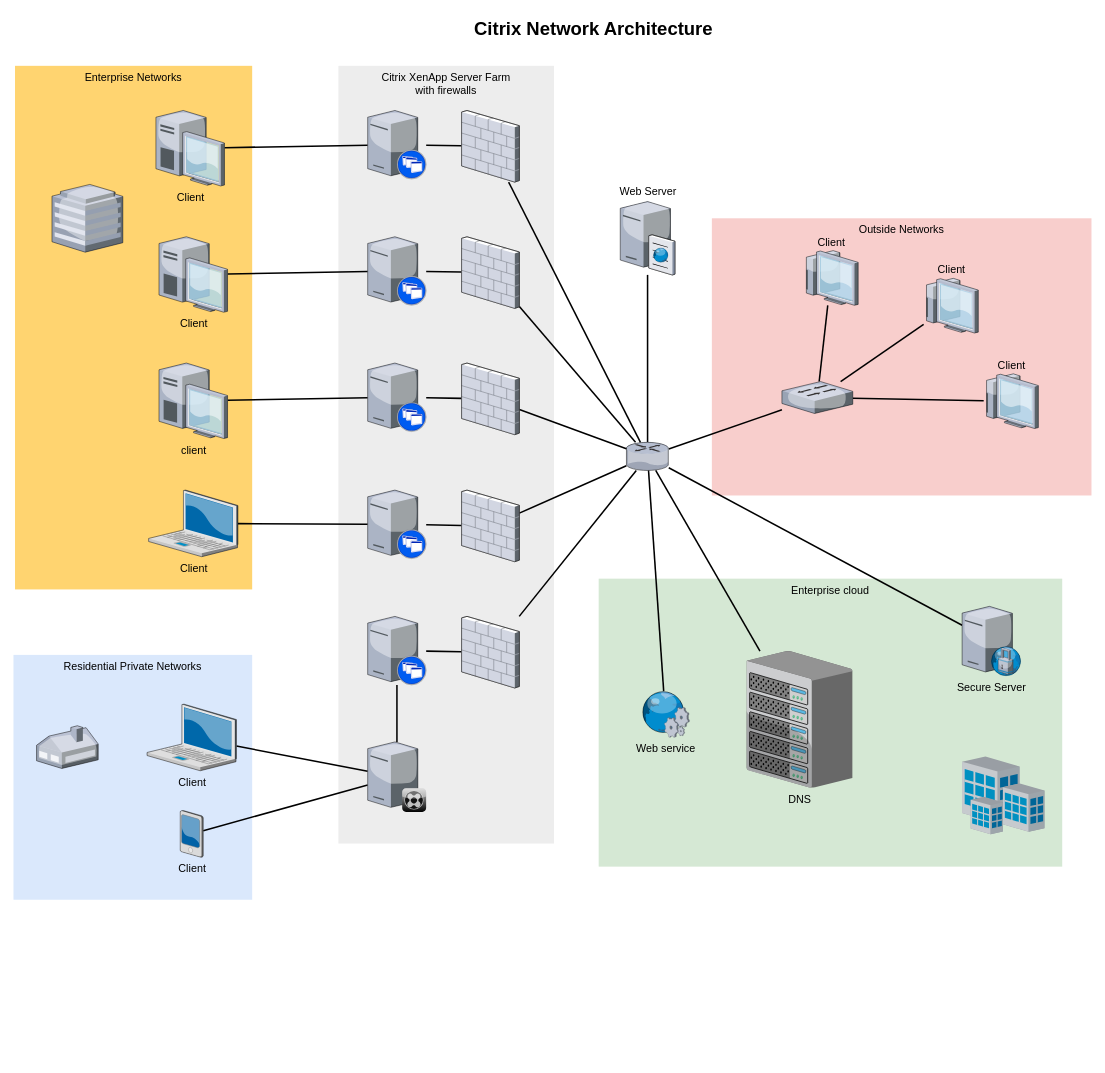
Above: source/特步CDP网络拓扑图.drawio in DThadch/draw (draw.io), before the change. Source tidied: cells renumbered, new cells numbered last; positions are measured from the earlier drawing's top-left corner, leaving out a move shared by most shapes. Both pictures are drawn from the tidied source at 77%, with x=0, y=0 at pixel (13, 13).
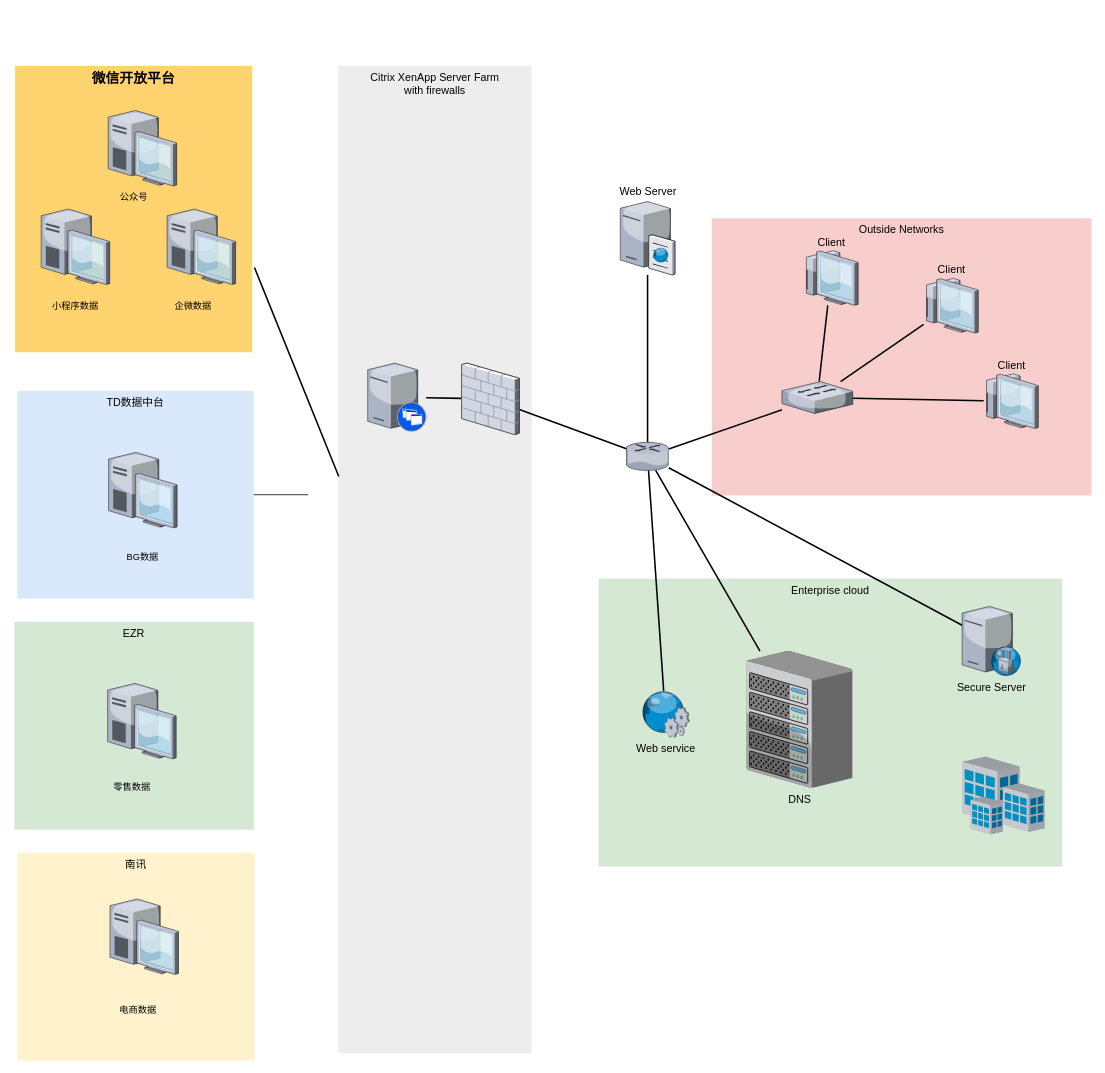
The same diagram, later.

Commit message (it also covers changes not shown here):
更新特步CDP网络拓扑图.drawio

The change refers to these unchanged cells:
```xml
<mxCell id="24" style="verticalLabelPosition=bottom;html=1;verticalAlign=top;strokeColor=none;shape=mxgraph.citrix.xenapp_server;fillColor=#66B2FF;gradientColor=#0066CC;fontSize=14;" parent="1" vertex="1">
  <mxGeometry x="460" y="454" width="76" height="89" as="geometry" />
</mxCell>
<mxCell id="33" style="verticalLabelPosition=bottom;html=1;verticalAlign=top;strokeColor=none;shape=mxgraph.citrix.router;fillColor=#66B2FF;gradientColor=#0066CC;fontSize=14;" parent="1" vertex="1">
  <mxGeometry x="796" y="557" width="55" height="36.5" as="geometry" />
</mxCell>
```

The edit, as a diff of the source:
```diff
@@
     <mxCell id="4" value="Citrix XenApp Server Farm&lt;div&gt;with firewalls&lt;/div&gt;" style="whiteSpace=wrap;html=1;fillColor=#EDEDED;fontSize=14;strokeColor=none;verticalAlign=top;" parent="1" vertex="1">
-      <mxGeometry x="422" y="68" width="280" height="1010" as="geometry" />
+      <mxGeometry x="422" y="68" width="251" height="1282" as="geometry" />
     </mxCell>
-    <mxCell id="5" value="Residential Private Networks" style="whiteSpace=wrap;html=1;fillColor=#dae8fc;fontSize=14;strokeColor=none;verticalAlign=top;" parent="1" vertex="1">
-      <mxGeometry y="833" width="310" height="318" as="geometry" />
+    <mxCell id="5" value="TD数据中台" style="whiteSpace=wrap;html=1;fillColor=#dae8fc;fontSize=14;strokeColor=none;verticalAlign=top;" parent="1" vertex="1">
+      <mxGeometry x="5" y="490" width="307" height="270" as="geometry" />
     </mxCell>
-    <mxCell id="6" value="Enterprise Networks" style="whiteSpace=wrap;html=1;fillColor=#FFD470;gradientColor=none;fontSize=14;strokeColor=none;verticalAlign=top;" parent="1" vertex="1">
-      <mxGeometry x="2" y="68" width="308" height="680" as="geometry" />
+    <mxCell id="6" value="&lt;b&gt;&lt;font style=&quot;font-size: 18px;&quot;&gt;微信开放平台&lt;/font&gt;&lt;/b&gt;" style="whiteSpace=wrap;html=1;fillColor=#FFD470;gradientColor=none;fontSize=14;strokeColor=none;verticalAlign=top;" parent="1" vertex="1">
+      <mxGeometry x="2" y="68" width="308" height="372" as="geometry" />
     </mxCell>
-    <mxCell id="7" style="edgeStyle=none;rounded=0;html=1;startSize=10;endSize=10;jettySize=auto;fontSize=14;endArrow=none;endFill=0;strokeWidth=2;" parent="1" edge="1" source="8" target="35">
-      <mxGeometry relative="1" as="geometry" />
-    </mxCell>
-    <mxCell id="8" value="Client" style="verticalLabelPosition=bottom;html=1;verticalAlign=top;strokeColor=none;shape=mxgraph.citrix.laptop_2;fillColor=#66B2FF;gradientColor=#0066CC;fontSize=14;" parent="1" vertex="1">
-      <mxGeometry x="173.5" y="897" width="116" height="86.5" as="geometry" />
-    </mxCell>
-    <mxCell id="9" style="edgeStyle=none;rounded=0;html=1;startSize=10;endSize=10;jettySize=auto;fontSize=14;endArrow=none;endFill=0;strokeWidth=2;" parent="1" edge="1" source="10" target="22">
-      <mxGeometry relative="1" as="geometry" />
-    </mxCell>
-    <mxCell id="10" value="Client" style="verticalLabelPosition=bottom;html=1;verticalAlign=top;strokeColor=none;shape=mxgraph.citrix.laptop_2;fillColor=#66B2FF;gradientColor=#0066CC;fontSize=14;" parent="1" vertex="1">
-      <mxGeometry x="175.5" y="619" width="116" height="86.5" as="geometry" />
-    </mxCell>
-    <mxCell id="11" style="edgeStyle=none;rounded=0;html=1;startSize=10;endSize=10;jettySize=auto;fontSize=14;endArrow=none;endFill=0;strokeWidth=2;" parent="1" edge="1" source="12" target="24">
-      <mxGeometry relative="1" as="geometry" />
-    </mxCell>
-    <mxCell id="12" value="client" style="verticalLabelPosition=bottom;html=1;verticalAlign=top;strokeColor=none;shape=mxgraph.citrix.desktop;fillColor=#66B2FF;gradientColor=#0066CC;fontSize=14;" parent="1" vertex="1">
-      <mxGeometry x="189" y="454" width="89" height="98" as="geometry" />
+    <mxCell id="12" style="verticalLabelPosition=bottom;html=1;verticalAlign=top;strokeColor=none;shape=mxgraph.citrix.desktop;fillColor=#66B2FF;gradientColor=#0066CC;fontSize=14;" parent="1" vertex="1">
+      <mxGeometry x="199.5" y="254" width="89" height="98" as="geometry" />
     </mxCell>
-    <mxCell id="13" style="edgeStyle=none;rounded=0;html=1;startSize=10;endSize=10;jettySize=auto;fontSize=14;endArrow=none;endFill=0;strokeWidth=2;" parent="1" edge="1" source="14" target="26">
-      <mxGeometry relative="1" as="geometry" />
-    </mxCell>
-    <mxCell id="14" value="Client" style="verticalLabelPosition=bottom;html=1;verticalAlign=top;strokeColor=none;shape=mxgraph.citrix.desktop;fillColor=#66B2FF;gradientColor=#0066CC;fontSize=14;" parent="1" vertex="1">
-      <mxGeometry x="189" y="290" width="89" height="98" as="geometry" />
+    <mxCell id="14" style="verticalLabelPosition=bottom;html=1;verticalAlign=top;strokeColor=none;shape=mxgraph.citrix.desktop;fillColor=#66B2FF;gradientColor=#0066CC;fontSize=14;" parent="1" vertex="1">
+      <mxGeometry x="36" y="254" width="89" height="98" as="geometry" />
     </mxCell>
-    <mxCell id="15" style="edgeStyle=none;rounded=0;html=1;startSize=10;endSize=10;jettySize=auto;fontSize=14;endArrow=none;endFill=0;strokeWidth=2;" parent="1" edge="1" source="16" target="28">
-      <mxGeometry relative="1" as="geometry" />
-    </mxCell>
-    <mxCell id="16" value="Client" style="verticalLabelPosition=bottom;html=1;verticalAlign=top;strokeColor=none;shape=mxgraph.citrix.desktop;fillColor=#66B2FF;gradientColor=#0066CC;fontSize=14;" parent="1" vertex="1">
-      <mxGeometry x="185" y="126" width="89" height="98" as="geometry" />
+    <mxCell id="16" style="verticalLabelPosition=bottom;html=1;verticalAlign=top;strokeColor=none;shape=mxgraph.citrix.desktop;fillColor=#66B2FF;gradientColor=#0066CC;fontSize=14;" parent="1" vertex="1">
+      <mxGeometry x="123" y="126" width="89" height="98" as="geometry" />
     </mxCell>
-    <mxCell id="17" style="edgeStyle=none;rounded=0;html=1;startSize=10;endSize=10;jettySize=auto;fontSize=14;endArrow=none;endFill=0;strokeWidth=2;" parent="1" edge="1" source="18" target="35">
-      <mxGeometry relative="1" as="geometry" />
-    </mxCell>
-    <mxCell id="18" value="Client" style="verticalLabelPosition=bottom;html=1;verticalAlign=top;strokeColor=none;shape=mxgraph.citrix.pda;fillColor=#66B2FF;gradientColor=#0066CC;fontSize=14;" parent="1" vertex="1">
-      <mxGeometry x="216.5" y="1035" width="30" height="61" as="geometry" />
-    </mxCell>
-    <mxCell id="19" style="edgeStyle=none;rounded=0;html=1;startSize=10;endSize=10;jettySize=auto;fontSize=14;endArrow=none;endFill=0;strokeWidth=2;" parent="1" edge="1" source="20" target="47">
-      <mxGeometry relative="1" as="geometry" />
-    </mxCell>
-    <mxCell id="20" style="verticalLabelPosition=bottom;html=1;verticalAlign=top;strokeColor=none;shape=mxgraph.citrix.xenapp_server;fillColor=#66B2FF;gradientColor=#0066CC;fontSize=14;" parent="1" vertex="1">
-      <mxGeometry x="460" y="783" width="76" height="89" as="geometry" />
-    </mxCell>
-    <mxCell id="21" style="edgeStyle=none;rounded=0;html=1;startSize=10;endSize=10;jettySize=auto;fontSize=14;endArrow=none;endFill=0;strokeWidth=2;" parent="1" edge="1" source="22" target="45">
-      <mxGeometry relative="1" as="geometry" />
-    </mxCell>
-    <mxCell id="22" style="verticalLabelPosition=bottom;html=1;verticalAlign=top;strokeColor=none;shape=mxgraph.citrix.xenapp_server;fillColor=#66B2FF;gradientColor=#0066CC;fontSize=14;" parent="1" vertex="1">
-      <mxGeometry x="460" y="619" width="76" height="89" as="geometry" />
-    </mxCell>
@@
-    <mxCell id="25" style="edgeStyle=none;rounded=0;html=1;startSize=10;endSize=10;jettySize=auto;fontSize=14;endArrow=none;endFill=0;strokeWidth=2;" parent="1" edge="1" source="26" target="41">
-      <mxGeometry relative="1" as="geometry" />
-    </mxCell>
-    <mxCell id="26" style="verticalLabelPosition=bottom;html=1;verticalAlign=top;strokeColor=none;shape=mxgraph.citrix.xenapp_server;fillColor=#66B2FF;gradientColor=#0066CC;fontSize=14;" parent="1" vertex="1">
-      <mxGeometry x="460" y="290" width="76" height="89" as="geometry" />
-    </mxCell>
-    <mxCell id="27" style="edgeStyle=none;rounded=0;html=1;startSize=10;endSize=10;jettySize=auto;fontSize=14;endArrow=none;endFill=0;strokeWidth=2;" parent="1" edge="1" source="28" target="39">
-      <mxGeometry relative="1" as="geometry" />
-    </mxCell>
-    <mxCell id="28" style="verticalLabelPosition=bottom;html=1;verticalAlign=top;strokeColor=none;shape=mxgraph.citrix.xenapp_server;fillColor=#66B2FF;gradientColor=#0066CC;fontSize=14;" parent="1" vertex="1">
-      <mxGeometry x="460" y="126" width="76" height="89" as="geometry" />
-    </mxCell>
@@
-    <mxCell id="34" style="edgeStyle=none;rounded=0;html=1;startSize=10;endSize=10;jettySize=auto;fontSize=14;endArrow=none;endFill=0;strokeWidth=2;" parent="1" edge="1" source="35" target="20">
-      <mxGeometry relative="1" as="geometry" />
-    </mxCell>
-    <mxCell id="35" style="verticalLabelPosition=bottom;html=1;verticalAlign=top;strokeColor=none;shape=mxgraph.citrix.xenclient_synchronizer;fillColor=#CCCCCC;gradientColor=#000000;gradientDirection=south;fontSize=14;" parent="1" vertex="1">
-      <mxGeometry x="460" y="946" width="76" height="91" as="geometry" />
-    </mxCell>
@@
-    <mxCell id="38" style="edgeStyle=none;rounded=0;html=1;startSize=10;endSize=10;jettySize=auto;fontSize=14;endArrow=none;endFill=0;strokeWidth=2;" parent="1" edge="1" source="39" target="33">
-      <mxGeometry relative="1" as="geometry" />
-    </mxCell>
-    <mxCell id="39" style="verticalLabelPosition=bottom;html=1;verticalAlign=top;strokeColor=none;shape=mxgraph.citrix.firewall;fillColor=#66B2FF;gradientColor=#0066CC;fontSize=14;" parent="1" vertex="1">
-      <mxGeometry x="582" y="126" width="75" height="93" as="geometry" />
-    </mxCell>
-    <mxCell id="40" style="edgeStyle=none;rounded=0;html=1;startSize=10;endSize=10;jettySize=auto;fontSize=14;endArrow=none;endFill=0;strokeWidth=2;" parent="1" edge="1" source="41" target="33">
-      <mxGeometry relative="1" as="geometry" />
-    </mxCell>
-    <mxCell id="41" style="verticalLabelPosition=bottom;html=1;verticalAlign=top;strokeColor=none;shape=mxgraph.citrix.firewall;fillColor=#66B2FF;gradientColor=#0066CC;fontSize=14;" parent="1" vertex="1">
-      <mxGeometry x="582" y="290" width="75" height="93" as="geometry" />
-    </mxCell>
@@
-    <mxCell id="44" style="edgeStyle=none;rounded=0;html=1;startSize=10;endSize=10;jettySize=auto;fontSize=14;endArrow=none;endFill=0;strokeWidth=2;" parent="1" edge="1" source="45" target="33">
-      <mxGeometry relative="1" as="geometry" />
-    </mxCell>
-    <mxCell id="45" style="verticalLabelPosition=bottom;html=1;verticalAlign=top;strokeColor=none;shape=mxgraph.citrix.firewall;fillColor=#66B2FF;gradientColor=#0066CC;fontSize=14;" parent="1" vertex="1">
-      <mxGeometry x="582" y="619" width="75" height="93" as="geometry" />
-    </mxCell>
-    <mxCell id="46" style="edgeStyle=none;rounded=0;html=1;startSize=10;endSize=10;jettySize=auto;fontSize=14;endArrow=none;endFill=0;strokeWidth=2;" parent="1" edge="1" source="47" target="33">
-      <mxGeometry relative="1" as="geometry" />
-    </mxCell>
-    <mxCell id="47" style="verticalLabelPosition=bottom;html=1;verticalAlign=top;strokeColor=none;shape=mxgraph.citrix.firewall;fillColor=#66B2FF;gradientColor=#0066CC;fontSize=14;" parent="1" vertex="1">
-      <mxGeometry x="582" y="783" width="75" height="93" as="geometry" />
-    </mxCell>
-    <mxCell id="48" style="verticalLabelPosition=bottom;html=1;verticalAlign=top;strokeColor=none;shape=mxgraph.citrix.home_office;fillColor=#66B2FF;gradientColor=#0066CC;fontSize=14;" parent="1" vertex="1">
-      <mxGeometry x="30" y="925" width="80" height="55.5" as="geometry" />
-    </mxCell>
-    <mxCell id="49" style="verticalLabelPosition=bottom;html=1;verticalAlign=top;strokeColor=none;shape=mxgraph.citrix.hq_enterprise;fillColor=#66B2FF;gradientColor=#0066CC;fontSize=14;" parent="1" vertex="1">
-      <mxGeometry x="50" y="222" width="92" height="88" as="geometry" />
-    </mxCell>
@@
-    <mxCell id="61" value="Citrix Network Architecture" style="text;strokeColor=none;fillColor=none;html=1;fontSize=24;fontStyle=1;verticalAlign=middle;align=center;" parent="1" vertex="1">
-      <mxGeometry x="322" width="861" height="40" as="geometry" />
-    </mxCell>
+    <mxCell id="62" value="公众号" style="text;html=1;align=center;verticalAlign=middle;whiteSpace=wrap;rounded=0;" parent="1" vertex="1">
+      <mxGeometry x="123" y="224" width="67" height="30" as="geometry" />
+    </mxCell>
+    <mxCell id="63" value="小程序数据" style="text;html=1;align=center;verticalAlign=middle;whiteSpace=wrap;rounded=0;" parent="1" vertex="1">
+      <mxGeometry x="47" y="364.5" width="67" height="30" as="geometry" />
+    </mxCell>
+    <mxCell id="64" value="企微数据" style="text;html=1;align=center;verticalAlign=middle;whiteSpace=wrap;rounded=0;" parent="1" vertex="1">
+      <mxGeometry x="199.5" y="364.5" width="67" height="30" as="geometry" />
+    </mxCell>
+    <mxCell id="65" style="endArrow=none;html=1;rounded=0;entryX=0.002;entryY=0.416;entryDx=0;entryDy=0;entryPerimeter=0;strokeWidth=2;" parent="1" edge="1" target="4">
+      <mxGeometry relative="1" as="geometry">
+        <mxPoint x="313" y="330" as="sourcePoint" />
+      </mxGeometry>
+    </mxCell>
+    <mxCell id="66" style="verticalLabelPosition=bottom;html=1;verticalAlign=top;strokeColor=none;shape=mxgraph.citrix.desktop;fillColor=#66B2FF;gradientColor=#0066CC;fontSize=14;" parent="1" vertex="1">
+      <mxGeometry x="123.5" y="570" width="89" height="98" as="geometry" />
+    </mxCell>
+    <mxCell id="67" value="BG数据" style="text;html=1;align=center;verticalAlign=middle;whiteSpace=wrap;rounded=0;" parent="1" vertex="1">
+      <mxGeometry x="138" y="691" width="60" height="30" as="geometry" />
+    </mxCell>
+    <mxCell id="68" value="EZR" style="whiteSpace=wrap;html=1;fillColor=#d5e8d4;fontSize=14;strokeColor=none;verticalAlign=top;" parent="1" vertex="1">
+      <mxGeometry x="1.2" y="790" width="311" height="270" as="geometry" />
+    </mxCell>
+    <mxCell id="69" style="verticalLabelPosition=bottom;html=1;verticalAlign=top;strokeColor=none;shape=mxgraph.citrix.desktop;fillColor=#66B2FF;gradientColor=#0066CC;fontSize=14;" parent="1" vertex="1">
+      <mxGeometry x="122.3" y="870" width="89" height="98" as="geometry" />
+    </mxCell>
+    <mxCell id="70" value="零售数据" style="text;html=1;align=center;verticalAlign=middle;whiteSpace=wrap;rounded=0;" parent="1" vertex="1">
+      <mxGeometry x="124.2" y="990" width="60" height="30" as="geometry" />
+    </mxCell>
+    <mxCell id="71" value="南讯" style="whiteSpace=wrap;html=1;fillColor=#fff2cc;fontSize=14;strokeColor=none;verticalAlign=top;" parent="1" vertex="1">
+      <mxGeometry x="5" y="1090" width="308" height="270" as="geometry" />
+    </mxCell>
+    <mxCell id="72" style="verticalLabelPosition=bottom;html=1;verticalAlign=top;strokeColor=none;shape=mxgraph.citrix.desktop;fillColor=#66B2FF;gradientColor=#0066CC;fontSize=14;" parent="1" vertex="1">
+      <mxGeometry x="125.3" y="1150" width="89" height="98" as="geometry" />
+    </mxCell>
+    <mxCell id="73" value="电商数据" style="text;html=1;align=center;verticalAlign=middle;whiteSpace=wrap;rounded=0;" parent="1" vertex="1">
+      <mxGeometry x="131.8" y="1280" width="60" height="30" as="geometry" />
+    </mxCell>
+    <mxCell id="74" style="endArrow=none;html=1;rounded=0;" parent="1" edge="1" source="5">
+      <mxGeometry relative="1" as="geometry">
+        <mxPoint x="382.7" y="625" as="targetPoint" />
+      </mxGeometry>
+    </mxCell>
```
